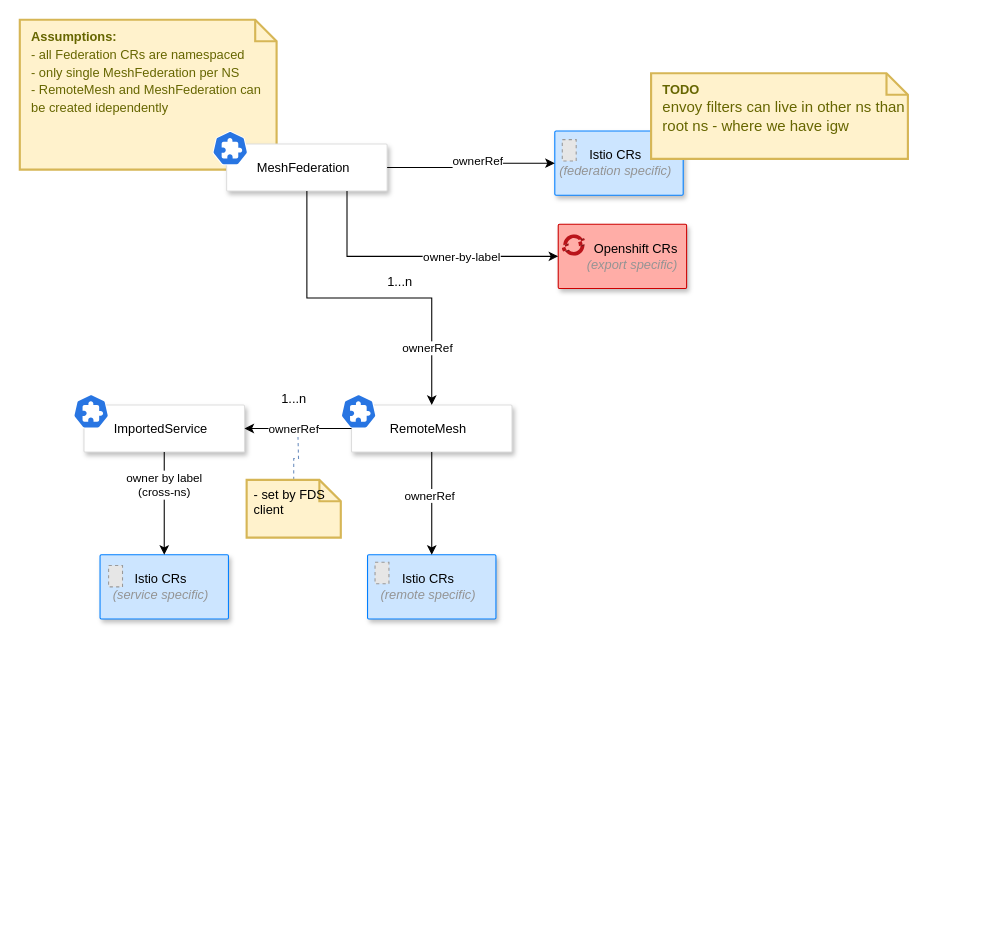
Before: page "Relationships" (2 of 2) of docs/arch/diagrams/federation-controllers.drawio in openshift-service-mesh/federation, a draw.io diagram. Source tidied: cells renumbered, new cells numbered last; positions are measured from the earlier drawing's top-left corner, leaving out a move shared by most shapes. Both pictures are drawn from the tidied source at 107%, with x=0, y=0 at pixel (19, 19). Pictures stored in the file or linked from it are replaced by grey dashed boxes.
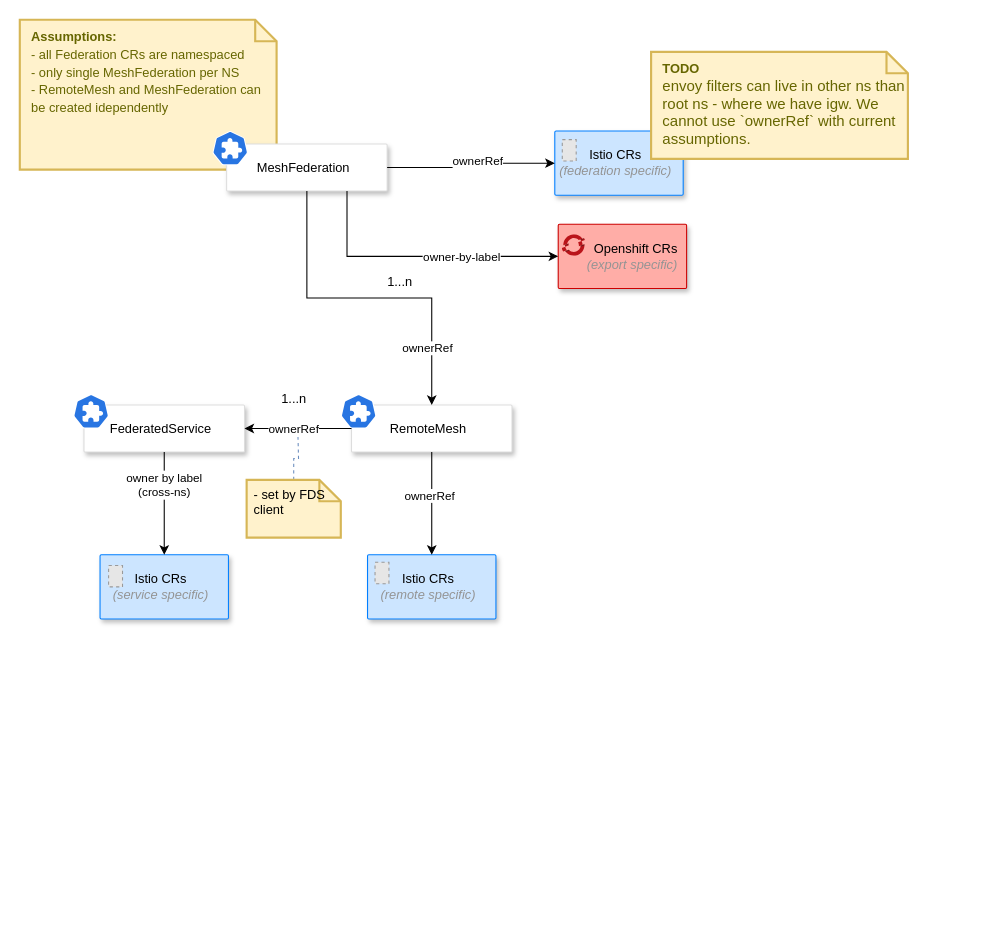
The same diagram, later.

Unchanged cells that the change refers to:
```xml
<mxCell id="3" style="group;" parent="2" vertex="1">
  <mxGeometry width="160" height="54" as="geometry" />
</mxCell>
```

The edit, as a diff of the source:
```diff
@@
-    <mxCell id="4" value="ImportedService" style="strokeColor=#dddddd;shadow=1;strokeWidth=1;rounded=1;absoluteArcSize=1;arcSize=2;align=center;spacingRight=6;" parent="3" vertex="1">
+    <mxCell id="4" value="FederatedService" style="strokeColor=#dddddd;shadow=1;strokeWidth=1;rounded=1;absoluteArcSize=1;arcSize=2;align=center;spacingRight=6;" parent="3" vertex="1">
       <mxGeometry x="10" y="10" width="150" height="44" as="geometry" />
     </mxCell>
@@
-    <mxCell id="37" value="&lt;div&gt;&lt;span style=&quot;font-size: 12px;&quot;&gt;&lt;b&gt;TODO&lt;/b&gt;&lt;/span&gt;&lt;/div&gt;&lt;div&gt;envoy filters can live in other ns than root ns - where we have igw&lt;/div&gt;" style="shape=note;strokeWidth=2;fontSize=14;size=20;whiteSpace=wrap;html=1;fillColor=#fff2cc;strokeColor=#d6b656;fontColor=#666600;align=left;verticalAlign=top;spacingLeft=9;" parent="1" vertex="1">
-      <mxGeometry x="590" y="50" width="240" height="80" as="geometry" />
+    <mxCell id="37" value="&lt;div&gt;&lt;span style=&quot;font-size: 12px;&quot;&gt;&lt;b&gt;TODO&lt;/b&gt;&lt;/span&gt;&lt;/div&gt;&lt;div&gt;envoy filters can live in other ns than root ns - where we have igw. We cannot use `ownerRef` with current assumptions.&lt;/div&gt;" style="shape=note;strokeWidth=2;fontSize=14;size=20;whiteSpace=wrap;html=1;fillColor=#fff2cc;strokeColor=#d6b656;fontColor=#666600;align=left;verticalAlign=top;spacingLeft=9;" parent="1" vertex="1">
+      <mxGeometry x="590" y="30" width="240" height="100" as="geometry" />
     </mxCell>
```
